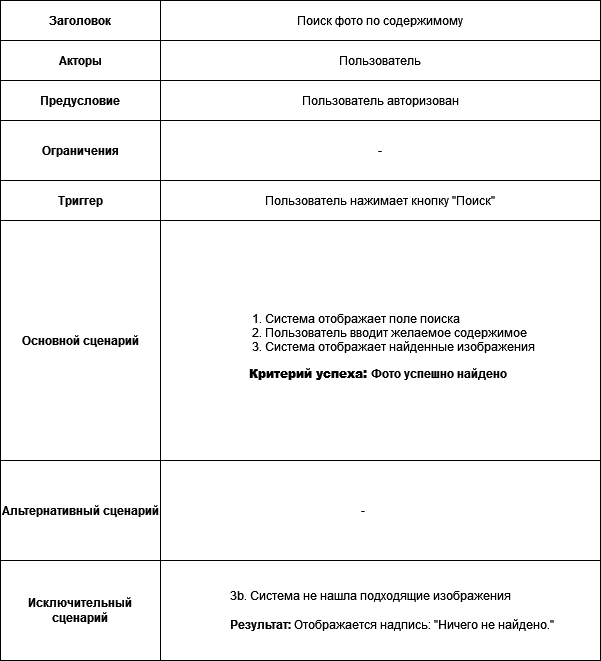
The draw.io diagram Chezya_Iraklii/DZ 3 (use case)/usecase.png in abdullahproff/BSA21_1, before a commit. Source tidied: cells renumbered, new cells last; positions are measured from the earlier drawing's top-left corner, leaving out a move shared by most shapes.
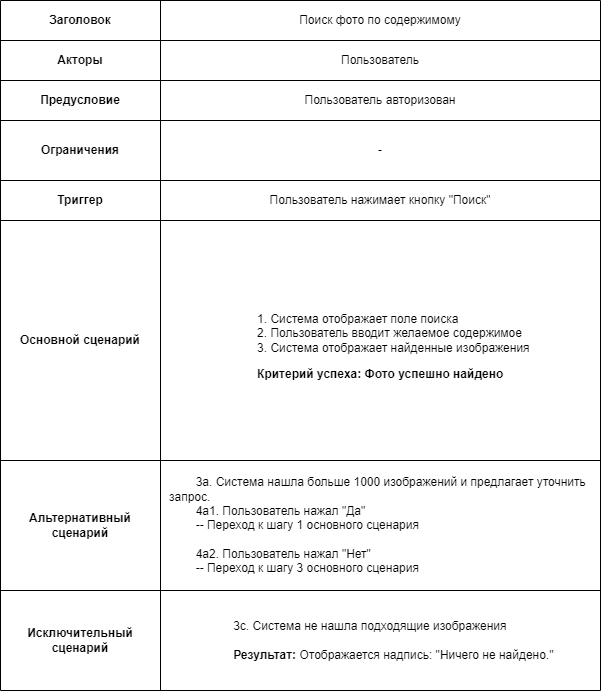
After the change.

The edit, as a diff of the source:
```diff
@@ -2,10 +2,10 @@
   <root>
     <mxCell id="0" />
     <mxCell id="1" parent="0" />
-    <mxCell id="2" style="shape=table;startSize=0;" parent="1" vertex="1">
-      <mxGeometry width="600" height="660" as="geometry" />
-    </mxCell>
+    <mxCell id="27" style="shape=table;startSize=0;" parent="1" vertex="1">
+      <mxGeometry x="330" y="-50" width="600" height="690" as="geometry" />
+    </mxCell>
-    <mxCell id="3" style="shape=tableRow;horizontal=0;startSize=0;swimlaneHead=0;swimlaneBody=0;strokeColor=inherit;top=0;left=0;bottom=0;right=0;fillColor=none;" parent="2" vertex="1">
+    <mxCell id="3" style="shape=tableRow;horizontal=0;startSize=0;swimlaneHead=0;swimlaneBody=0;strokeColor=inherit;top=0;left=0;bottom=0;right=0;fillColor=none;" parent="27" vertex="1">
       <mxGeometry width="600" height="40" as="geometry" />
     </mxCell>
     <mxCell id="4" value="&lt;b&gt;Заголовок&lt;/b&gt;" style="shape=partialRectangle;html=1;whiteSpace=wrap;strokeColor=inherit;overflow=hidden;fillColor=none;top=0;left=0;bottom=0;right=0;" parent="3" vertex="1">
@@ -14,7 +14,7 @@
     <mxCell id="5" value="Поиск фото по содержимому" style="shape=partialRectangle;html=1;whiteSpace=wrap;strokeColor=inherit;overflow=hidden;fillColor=none;top=0;left=0;bottom=0;right=0;spacingLeft=7;spacingRight=7;" parent="3" vertex="1">
       <mxGeometry x="160" width="440" height="40" as="geometry" />
     </mxCell>
-    <mxCell id="6" style="shape=tableRow;horizontal=0;startSize=0;swimlaneHead=0;swimlaneBody=0;strokeColor=inherit;top=0;left=0;bottom=0;right=0;fillColor=none;" parent="2" vertex="1">
+    <mxCell id="6" style="shape=tableRow;horizontal=0;startSize=0;swimlaneHead=0;swimlaneBody=0;strokeColor=inherit;top=0;left=0;bottom=0;right=0;fillColor=none;" parent="27" vertex="1">
       <mxGeometry y="40" width="600" height="40" as="geometry" />
     </mxCell>
     <mxCell id="7" value="&lt;b&gt;Акторы&lt;/b&gt;" style="shape=partialRectangle;html=1;whiteSpace=wrap;strokeColor=inherit;overflow=hidden;fillColor=none;top=0;left=0;bottom=0;right=0;" parent="6" vertex="1">
@@ -23,7 +23,7 @@
     <mxCell id="8" value="Пользователь" style="shape=partialRectangle;html=1;whiteSpace=wrap;strokeColor=inherit;overflow=hidden;fillColor=none;top=0;left=0;bottom=0;right=0;spacingLeft=7;spacingRight=7;" parent="6" vertex="1">
       <mxGeometry x="160" width="440" height="40" as="geometry" />
     </mxCell>
-    <mxCell id="9" style="shape=tableRow;horizontal=0;startSize=0;swimlaneHead=0;swimlaneBody=0;strokeColor=inherit;top=0;left=0;bottom=0;right=0;fillColor=none;" parent="2" vertex="1">
+    <mxCell id="9" style="shape=tableRow;horizontal=0;startSize=0;swimlaneHead=0;swimlaneBody=0;strokeColor=inherit;top=0;left=0;bottom=0;right=0;fillColor=none;" parent="27" vertex="1">
       <mxGeometry y="80" width="600" height="40" as="geometry" />
     </mxCell>
     <mxCell id="10" value="&lt;b&gt;Предусловие&lt;/b&gt;" style="shape=partialRectangle;html=1;whiteSpace=wrap;strokeColor=inherit;overflow=hidden;fillColor=none;top=0;left=0;bottom=0;right=0;" parent="9" vertex="1">
@@ -32,7 +32,7 @@
     <mxCell id="11" value="Пользователь авторизован" style="shape=partialRectangle;html=1;whiteSpace=wrap;strokeColor=inherit;overflow=hidden;fillColor=none;top=0;left=0;bottom=0;right=0;spacingLeft=7;spacingRight=7;" parent="9" vertex="1">
       <mxGeometry x="160" width="440" height="40" as="geometry" />
     </mxCell>
-    <mxCell id="12" style="shape=tableRow;horizontal=0;startSize=0;swimlaneHead=0;swimlaneBody=0;strokeColor=inherit;top=0;left=0;bottom=0;right=0;fillColor=none;" parent="2" vertex="1">
+    <mxCell id="12" style="shape=tableRow;horizontal=0;startSize=0;swimlaneHead=0;swimlaneBody=0;strokeColor=inherit;top=0;left=0;bottom=0;right=0;fillColor=none;" parent="27" vertex="1">
       <mxGeometry y="120" width="600" height="60" as="geometry" />
     </mxCell>
     <mxCell id="13" value="&lt;b&gt;Ограничения&lt;/b&gt;" style="shape=partialRectangle;html=1;whiteSpace=wrap;strokeColor=inherit;overflow=hidden;fillColor=none;top=0;left=0;bottom=0;right=0;" parent="12" vertex="1">
@@ -41,7 +41,7 @@
     <mxCell id="14" value="-" style="shape=partialRectangle;html=1;whiteSpace=wrap;strokeColor=inherit;overflow=hidden;fillColor=none;top=0;left=0;bottom=0;right=0;spacingLeft=7;spacingRight=7;" parent="12" vertex="1">
       <mxGeometry x="160" width="440" height="60" as="geometry" />
     </mxCell>
-    <mxCell id="15" style="shape=tableRow;horizontal=0;startSize=0;swimlaneHead=0;swimlaneBody=0;strokeColor=inherit;top=0;left=0;bottom=0;right=0;fillColor=none;" parent="2" vertex="1">
+    <mxCell id="15" style="shape=tableRow;horizontal=0;startSize=0;swimlaneHead=0;swimlaneBody=0;strokeColor=inherit;top=0;left=0;bottom=0;right=0;fillColor=none;" parent="27" vertex="1">
       <mxGeometry y="180" width="600" height="40" as="geometry" />
     </mxCell>
     <mxCell id="16" value="&lt;b&gt;Триггер&lt;/b&gt;" style="shape=partialRectangle;html=1;whiteSpace=wrap;strokeColor=inherit;overflow=hidden;fillColor=none;top=0;left=0;bottom=0;right=0;" parent="15" vertex="1">
@@ -50,7 +50,7 @@
     <mxCell id="17" value="Пользователь нажимает кнопку &quot;Поиск&quot;" style="shape=partialRectangle;html=1;whiteSpace=wrap;strokeColor=inherit;overflow=hidden;fillColor=none;top=0;left=0;bottom=0;right=0;spacingLeft=7;spacingRight=7;" parent="15" vertex="1">
       <mxGeometry x="160" width="440" height="40" as="geometry" />
     </mxCell>
-    <mxCell id="18" style="shape=tableRow;horizontal=0;startSize=0;swimlaneHead=0;swimlaneBody=0;strokeColor=inherit;top=0;left=0;bottom=0;right=0;fillColor=none;" parent="2" vertex="1">
+    <mxCell id="18" style="shape=tableRow;horizontal=0;startSize=0;swimlaneHead=0;swimlaneBody=0;strokeColor=inherit;top=0;left=0;bottom=0;right=0;fillColor=none;" parent="27" vertex="1">
       <mxGeometry y="220" width="600" height="240" as="geometry" />
     </mxCell>
     <mxCell id="19" value="&lt;b&gt;Основной сценарий&lt;/b&gt;" style="shape=partialRectangle;html=1;whiteSpace=wrap;strokeColor=inherit;overflow=hidden;fillColor=none;top=0;left=0;bottom=0;right=0;" parent="18" vertex="1">
@@ -59,23 +59,23 @@
     <mxCell id="20" value="&lt;ol style=&quot;text-align: left;&quot;&gt;&lt;li&gt;Система отображает поле поиска&lt;br&gt;&lt;/li&gt;&lt;li&gt;Пользователь вводит желаемое содержимое&lt;br&gt;&lt;/li&gt;&lt;li&gt;Система отображает найденные изображения&lt;br&gt;&lt;/li&gt;&lt;/ol&gt;&lt;b style=&quot;background-color: initial;&quot;&gt;&lt;div style=&quot;text-align: left;&quot;&gt;&lt;b style=&quot;background-color: initial;&quot;&gt;&lt;span style=&quot;white-space: pre;&quot;&gt;&#9;&lt;/span&gt;&lt;/b&gt;&lt;b style=&quot;background-color: initial; text-align: center;&quot;&gt;Критерий успеха: &lt;/b&gt;Фото успешно найдено&lt;br&gt;&lt;/div&gt;&lt;/b&gt;" style="shape=partialRectangle;html=1;whiteSpace=wrap;strokeColor=inherit;overflow=hidden;fillColor=none;top=0;left=0;bottom=0;right=0;spacingLeft=7;spacingRight=7;" parent="18" vertex="1">
       <mxGeometry x="160" width="440" height="240" as="geometry" />
     </mxCell>
-    <mxCell id="21" style="shape=tableRow;horizontal=0;startSize=0;swimlaneHead=0;swimlaneBody=0;strokeColor=inherit;top=0;left=0;bottom=0;right=0;fillColor=none;" parent="2" vertex="1">
-      <mxGeometry y="460" width="600" height="100" as="geometry" />
-    </mxCell>
+    <mxCell id="28" style="shape=tableRow;horizontal=0;startSize=0;swimlaneHead=0;swimlaneBody=0;strokeColor=inherit;top=0;left=0;bottom=0;right=0;fillColor=none;" parent="27" vertex="1">
+      <mxGeometry y="460" width="600" height="130" as="geometry" />
+    </mxCell>
-    <mxCell id="22" value="&lt;b&gt;Альтернативный сценарий&lt;/b&gt;" style="shape=partialRectangle;html=1;whiteSpace=wrap;strokeColor=inherit;overflow=hidden;fillColor=none;top=0;left=0;bottom=0;right=0;" parent="21" vertex="1">
-      <mxGeometry width="160" height="100" as="geometry" />
+    <mxCell id="22" value="&lt;b&gt;Альтернативный сценарий&lt;/b&gt;" style="shape=partialRectangle;html=1;whiteSpace=wrap;strokeColor=inherit;overflow=hidden;fillColor=none;top=0;left=0;bottom=0;right=0;" parent="28" vertex="1">
+      <mxGeometry width="160" height="130" as="geometry" />
     </mxCell>
-    <mxCell id="23" value="&lt;span style=&quot;white-space: pre;&quot;&gt;&#9;&lt;/span&gt;&lt;span style=&quot;white-space: pre;&quot;&gt;&#9;&lt;/span&gt;&lt;span style=&quot;white-space: pre;&quot;&gt;&#9;&lt;/span&gt;&lt;span style=&quot;white-space: pre;&quot;&gt;&#9;&lt;/span&gt;&lt;span style=&quot;white-space: pre;&quot;&gt;&#9;&lt;/span&gt;&lt;span style=&quot;white-space: pre;&quot;&gt;&#9;&lt;/span&gt;&lt;span style=&quot;white-space: pre;&quot;&gt;&#9;&lt;/span&gt;&lt;span style=&quot;white-space: pre;&quot;&gt;&#9;&lt;/span&gt;-" style="shape=partialRectangle;html=1;whiteSpace=wrap;strokeColor=inherit;overflow=hidden;fillColor=none;top=0;left=0;bottom=0;right=0;align=left;spacingLeft=7;spacingRight=7;" parent="21" vertex="1">
-      <mxGeometry x="160" width="440" height="100" as="geometry" />
-    </mxCell>
-    <mxCell id="24" style="shape=tableRow;horizontal=0;startSize=0;swimlaneHead=0;swimlaneBody=0;strokeColor=inherit;top=0;left=0;bottom=0;right=0;fillColor=none;" parent="2" vertex="1">
-      <mxGeometry y="560" width="600" height="100" as="geometry" />
-    </mxCell>
+    <mxCell id="29" value="&lt;span style=&quot;white-space: pre;&quot;&gt;&#9;&lt;/span&gt;3a. Система нашла больше 1000 изображений и предлагает уточнить запрос.&lt;div&gt;&lt;span style=&quot;white-space: pre;&quot;&gt;&#9;&lt;/span&gt;4а1. Пользователь нажал &quot;Да&quot;&lt;br&gt;&lt;/div&gt;&lt;div&gt;&lt;span style=&quot;white-space: pre;&quot;&gt;&#9;&lt;/span&gt;-- Переход к шагу 1 основного сценария&lt;/div&gt;&lt;div&gt;&lt;span style=&quot;white-space: pre;&quot;&gt;&#9;&lt;/span&gt;&lt;br&gt;&lt;/div&gt;&lt;div&gt;&lt;span style=&quot;white-space: pre;&quot;&gt;&#9;&lt;/span&gt;4a2. Пользователь нажал &quot;Нет&quot;&lt;/div&gt;&lt;div&gt;&lt;span style=&quot;white-space: pre;&quot;&gt;&#9;&lt;/span&gt;&lt;span style=&quot;background-color: initial;&quot;&gt;-- Переход к шагу 3 основного сценария&lt;/span&gt;&lt;br&gt;&lt;/div&gt;" style="shape=partialRectangle;html=1;whiteSpace=wrap;strokeColor=inherit;overflow=hidden;fillColor=none;top=0;left=0;bottom=0;right=0;align=left;spacingLeft=7;spacingRight=7;" parent="28" vertex="1">
+      <mxGeometry x="160" width="440" height="130" as="geometry" />
+    </mxCell>
+    <mxCell id="30" style="shape=tableRow;horizontal=0;startSize=0;swimlaneHead=0;swimlaneBody=0;strokeColor=inherit;top=0;left=0;bottom=0;right=0;fillColor=none;" parent="27" vertex="1">
+      <mxGeometry y="590" width="600" height="100" as="geometry" />
+    </mxCell>
-    <mxCell id="25" value="&lt;b&gt;Исключительный сценарий&lt;/b&gt;" style="shape=partialRectangle;html=1;whiteSpace=wrap;strokeColor=inherit;overflow=hidden;fillColor=none;top=0;left=0;bottom=0;right=0;" parent="24" vertex="1">
+    <mxCell id="25" value="&lt;b&gt;Исключительный сценарий&lt;/b&gt;" style="shape=partialRectangle;html=1;whiteSpace=wrap;strokeColor=inherit;overflow=hidden;fillColor=none;top=0;left=0;bottom=0;right=0;" parent="30" vertex="1">
       <mxGeometry width="160" height="100" as="geometry" />
     </mxCell>
-    <mxCell id="26" value="&lt;div style=&quot;text-align: left;&quot;&gt;&lt;span style=&quot;background-color: initial;&quot;&gt;&lt;span style=&quot;white-space: pre;&quot;&gt;&#9;&lt;/span&gt;3b. Система не нашла подходящие изображения&lt;br&gt;&lt;/span&gt;&lt;/div&gt;&lt;div&gt;&lt;span style=&quot;text-align: left;&quot;&gt;&lt;br&gt;&lt;/span&gt;&lt;/div&gt;&lt;div style=&quot;text-align: left;&quot;&gt;&lt;b style=&quot;background-color: initial;&quot;&gt;&lt;span style=&quot;white-space: pre;&quot;&gt;&#9;&lt;/span&gt;Результат&lt;/b&gt;&lt;b style=&quot;background-color: initial;&quot;&gt;: &lt;/b&gt;&lt;span style=&quot;text-align: left;&quot;&gt;Отображается надпись: &quot;Ничего не найдено.&quot;&lt;br&gt;&lt;/span&gt;&lt;/div&gt;" style="shape=partialRectangle;html=1;whiteSpace=wrap;strokeColor=inherit;overflow=hidden;fillColor=none;top=0;left=0;bottom=0;right=0;spacingLeft=7;spacingRight=7;" parent="24" vertex="1">
-      <mxGeometry x="160" width="440" height="100" as="geometry" />
-    </mxCell>
+    <mxCell id="31" value="&lt;div style=&quot;text-align: left;&quot;&gt;&lt;span style=&quot;background-color: initial;&quot;&gt;&lt;span style=&quot;white-space: pre;&quot;&gt;&#9;&lt;/span&gt;3с. Система не нашла подходящие изображения&lt;br&gt;&lt;/span&gt;&lt;/div&gt;&lt;div&gt;&lt;span style=&quot;text-align: left;&quot;&gt;&lt;br&gt;&lt;/span&gt;&lt;/div&gt;&lt;div style=&quot;text-align: left;&quot;&gt;&lt;b style=&quot;background-color: initial;&quot;&gt;&lt;span style=&quot;white-space: pre;&quot;&gt;&#9;&lt;/span&gt;Результат&lt;/b&gt;&lt;b style=&quot;background-color: initial;&quot;&gt;: &lt;/b&gt;&lt;span style=&quot;text-align: left;&quot;&gt;Отображается надпись: &quot;Ничего не найдено.&quot;&lt;br&gt;&lt;/span&gt;&lt;/div&gt;" style="shape=partialRectangle;html=1;whiteSpace=wrap;strokeColor=inherit;overflow=hidden;fillColor=none;top=0;left=0;bottom=0;right=0;spacingLeft=7;spacingRight=7;" parent="30" vertex="1">
+      <mxGeometry x="160" width="440" height="100" as="geometry" />
+    </mxCell>
   </root>
 </mxGraphModel>
```
